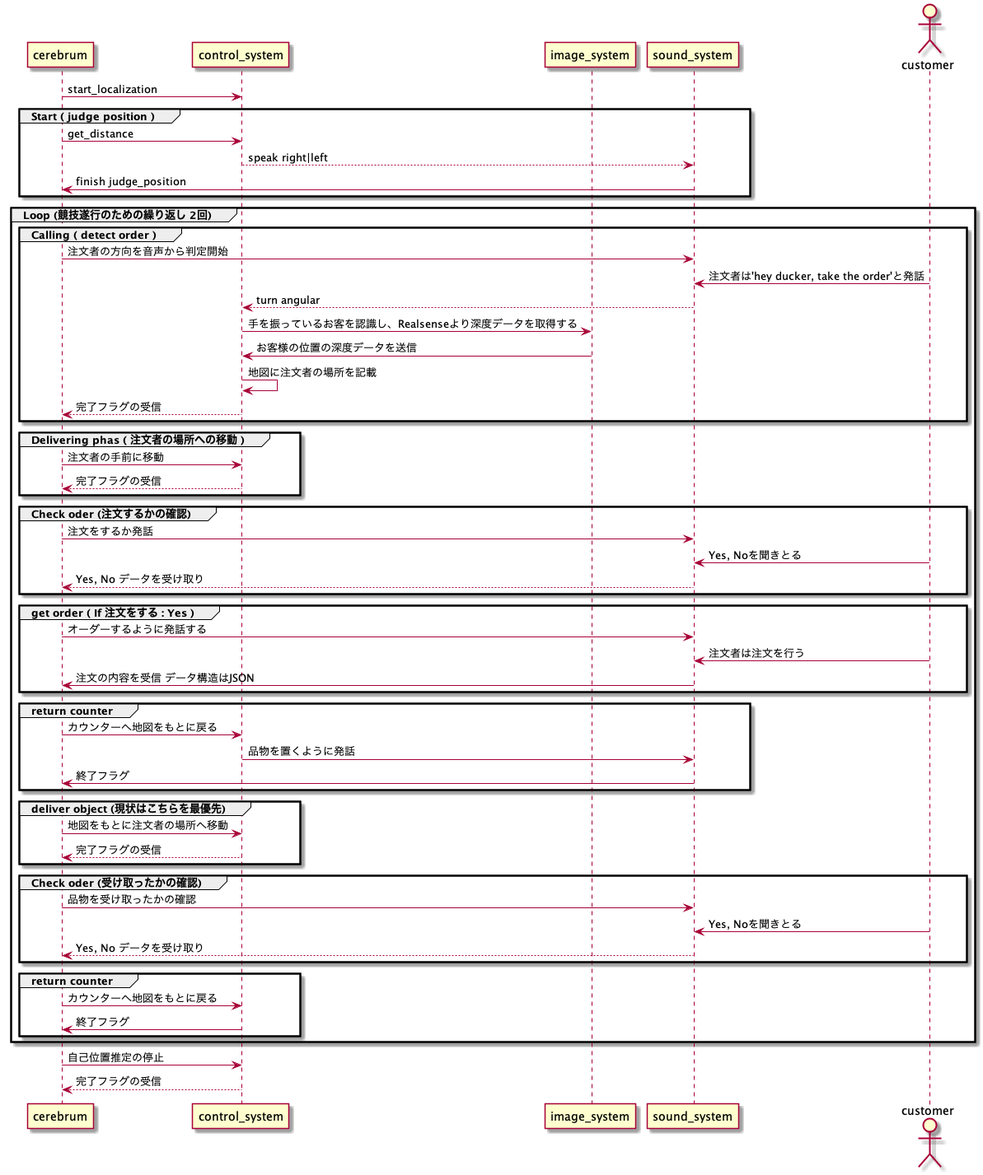
This is restaurant.png from rionehome/ros_restaurant, a PlantUML export, as it was before one commit.
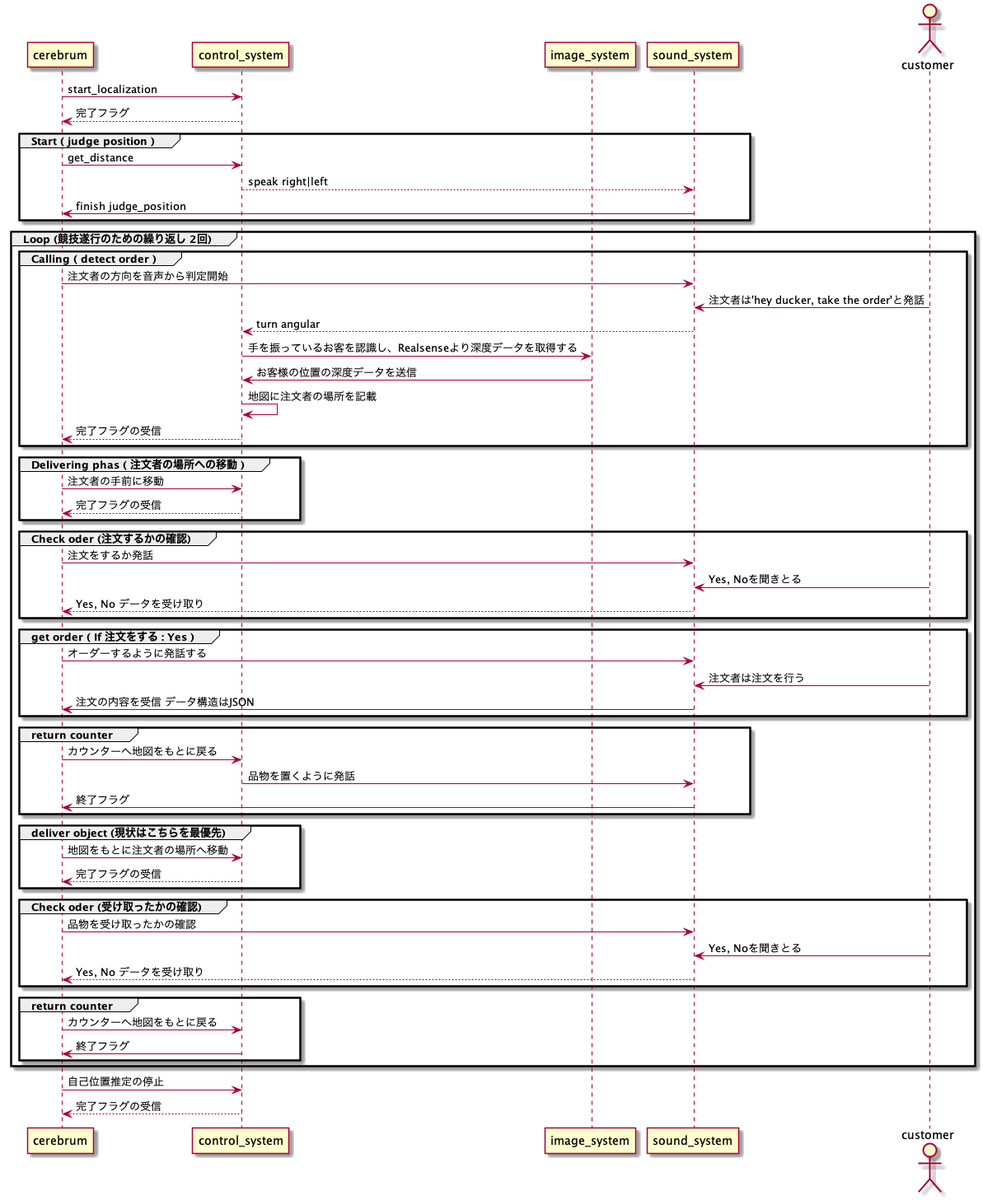
Above is the later version.

Commit message:
localizationの完了フラグが抜けていたので追加した

The edit, as a diff of the source:
```diff
@@ -8,6 +8,7 @@
 
 
 cerebrum -> control_system: start_localization
+control_system --> cerebrum: 完了フラグ
 
 group Start ( judge position )
 	cerebrum -> control_system: get_distance
```
